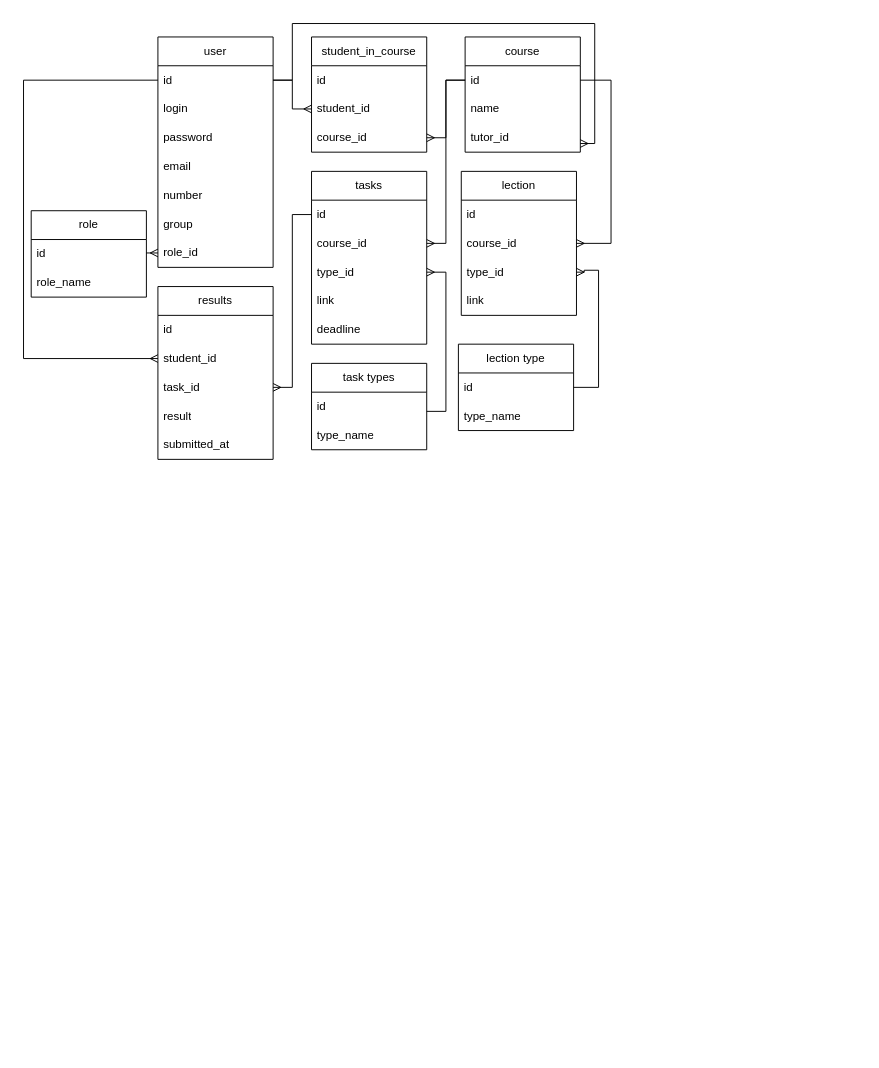
This is Untitled Diagram.drawio from Svengalion/Diploma-VKI, a draw.io file, before an edit. Source tidied: cells renumbered, new cells numbered last; positions are measured from the earlier drawing's top-left corner, leaving out a move shared by most shapes. Both pictures are drawn from the tidied source at 96%, with x=0, y=0 at pixel (23, 23).
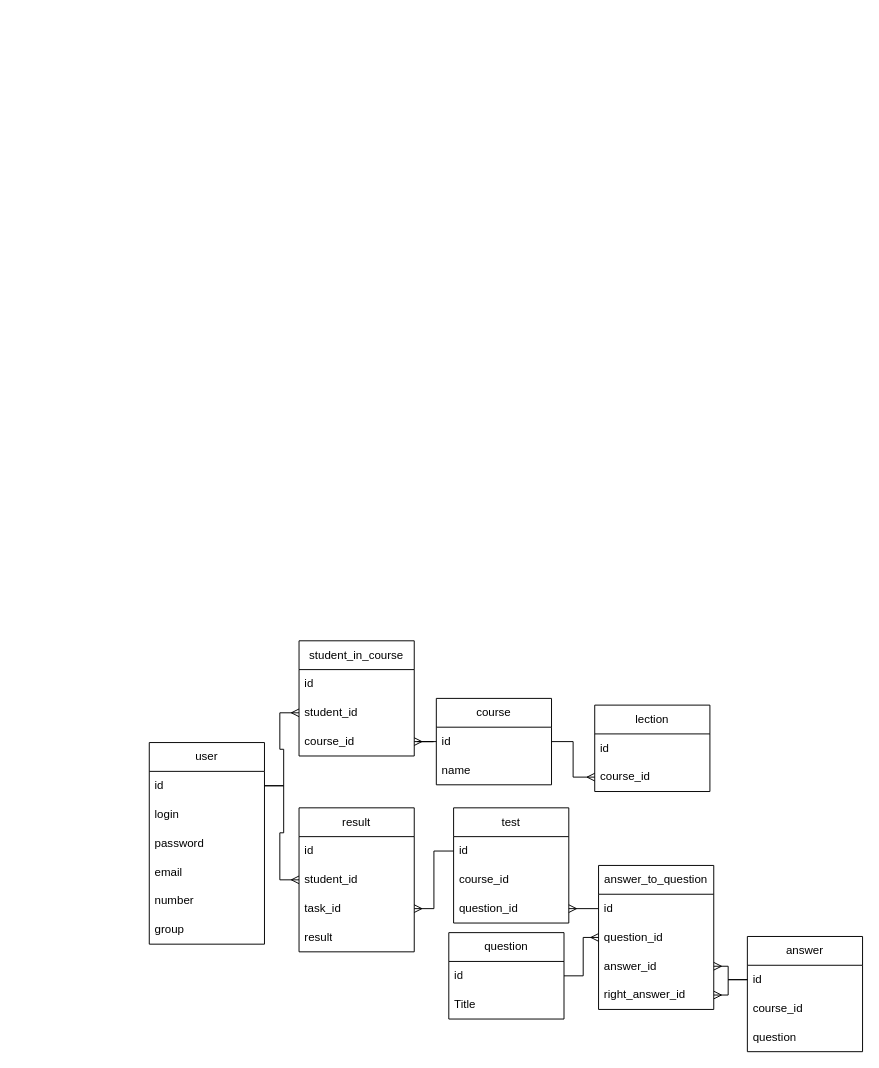
The same diagram, later.

The change refers to these unchanged cells:
```xml
<mxCell id="3" value="id" style="text;strokeColor=none;fillColor=none;align=left;verticalAlign=middle;spacingLeft=4;spacingRight=4;overflow=hidden;points=[[0,0.5],[1,0.5]];portConstraint=eastwest;whiteSpace=wrap;html=1;" parent="2" vertex="1">
  <mxGeometry y="30" width="120" height="30" as="geometry" />
</mxCell>
<mxCell id="12" value="course_id" style="text;strokeColor=none;fillColor=none;align=left;verticalAlign=middle;spacingLeft=4;spacingRight=4;overflow=hidden;points=[[0,0.5],[1,0.5]];portConstraint=eastwest;whiteSpace=wrap;html=1;" parent="10" vertex="1">
  <mxGeometry y="60" width="120" height="30" as="geometry" />
</mxCell>
<mxCell id="20" value="id" style="text;strokeColor=none;fillColor=none;align=left;verticalAlign=middle;spacingLeft=4;spacingRight=4;overflow=hidden;points=[[0,0.5],[1,0.5]];portConstraint=eastwest;whiteSpace=wrap;html=1;" parent="19" vertex="1">
  <mxGeometry y="30" width="120" height="30" as="geometry" />
</mxCell>
<mxCell id="31" value="id" style="text;strokeColor=none;fillColor=none;align=left;verticalAlign=middle;spacingLeft=4;spacingRight=4;overflow=hidden;points=[[0,0.5],[1,0.5]];portConstraint=eastwest;whiteSpace=wrap;html=1;" parent="30" vertex="1">
  <mxGeometry y="30" width="120" height="30" as="geometry" />
</mxCell>
<mxCell id="32" value="course_id" style="text;strokeColor=none;fillColor=none;align=left;verticalAlign=middle;spacingLeft=4;spacingRight=4;overflow=hidden;points=[[0,0.5],[1,0.5]];portConstraint=eastwest;whiteSpace=wrap;html=1;" parent="30" vertex="1">
  <mxGeometry y="60" width="120" height="30" as="geometry" />
</mxCell>
<mxCell id="41" value="student_id" style="text;strokeColor=none;fillColor=none;align=left;verticalAlign=middle;spacingLeft=4;spacingRight=4;overflow=hidden;points=[[0,0.5],[1,0.5]];portConstraint=eastwest;whiteSpace=wrap;html=1;" parent="39" vertex="1">
  <mxGeometry y="60" width="120" height="30" as="geometry" />
</mxCell>
<mxCell id="42" value="task_id" style="text;strokeColor=none;fillColor=none;align=left;verticalAlign=middle;spacingLeft=4;spacingRight=4;overflow=hidden;points=[[0,0.5],[1,0.5]];portConstraint=eastwest;whiteSpace=wrap;html=1;" parent="39" vertex="1">
  <mxGeometry y="90" width="120" height="30" as="geometry" />
</mxCell>
```

What changed in the source:
```diff
@@
     <mxCell id="2" value="user" style="swimlane;fontStyle=0;horizontal=1;startSize=30;whiteSpace=wrap;html=1;" parent="1" vertex="1">
-      <mxGeometry x="140" y="14" width="120" height="240" as="geometry" />
+      <mxGeometry x="131" y="749" width="120" height="210" as="geometry" />
     </mxCell>
@@
-    <mxCell id="9" value="role_id" style="text;strokeColor=none;fillColor=none;align=left;verticalAlign=middle;spacingLeft=4;spacingRight=4;overflow=hidden;points=[[0,0.5],[1,0.5]];portConstraint=eastwest;whiteSpace=wrap;html=1;" parent="2" vertex="1">
-      <mxGeometry y="210" width="120" height="30" as="geometry" />
-    </mxCell>
     <mxCell id="10" value="lection" style="swimlane;fontStyle=0;horizontal=1;startSize=30;whiteSpace=wrap;html=1;" parent="1" vertex="1">
-      <mxGeometry x="456" y="154" width="120" height="150" as="geometry" />
+      <mxGeometry x="595" y="710" width="120" height="90" as="geometry" />
     </mxCell>
@@
-    <mxCell id="13" value="type_id" style="text;strokeColor=none;fillColor=none;align=left;verticalAlign=middle;spacingLeft=4;spacingRight=4;overflow=hidden;points=[[0,0.5],[1,0.5]];portConstraint=eastwest;whiteSpace=wrap;html=1;" parent="10" vertex="1">
-      <mxGeometry y="90" width="120" height="30" as="geometry" />
-    </mxCell>
-    <mxCell id="14" value="link" style="text;strokeColor=none;fillColor=none;align=left;verticalAlign=middle;spacingLeft=4;spacingRight=4;overflow=hidden;whiteSpace=wrap;html=1;" parent="10" vertex="1">
-      <mxGeometry y="120" width="120" height="30" as="geometry" />
-    </mxCell>
-    <mxCell id="15" value="lection type" style="swimlane;fontStyle=0;horizontal=1;startSize=30;whiteSpace=wrap;html=1;" parent="1" vertex="1">
-      <mxGeometry x="453" y="334" width="120" height="90" as="geometry" />
-    </mxCell>
-    <mxCell id="16" value="id" style="text;strokeColor=none;fillColor=none;align=left;verticalAlign=middle;spacingLeft=4;spacingRight=4;overflow=hidden;points=[[0,0.5],[1,0.5]];portConstraint=eastwest;whiteSpace=wrap;html=1;" parent="15" vertex="1">
-      <mxGeometry y="30" width="120" height="30" as="geometry" />
-    </mxCell>
-    <mxCell id="17" value="type_name" style="text;strokeColor=none;fillColor=none;align=left;verticalAlign=middle;spacingLeft=4;spacingRight=4;overflow=hidden;whiteSpace=wrap;html=1;" parent="15" vertex="1">
-      <mxGeometry y="60" width="120" height="30" as="geometry" />
-    </mxCell>
-    <mxCell id="18" style="edgeStyle=orthogonalEdgeStyle;rounded=0;jettySize=auto;html=1;endArrow=ERmany;endFill=0;" parent="1" edge="1" source="16" target="13">
-      <mxGeometry relative="1" as="geometry">
-        <Array as="points">
-          <mxPoint x="599" y="379" />
-          <mxPoint x="599" y="257" />
-          <mxPoint x="584" y="257" />
-          <mxPoint x="584" y="259" />
-        </Array>
-      </mxGeometry>
-    </mxCell>
     <mxCell id="19" value="course" style="swimlane;fontStyle=0;horizontal=1;startSize=30;whiteSpace=wrap;html=1;" parent="1" vertex="1">
-      <mxGeometry x="460" y="14" width="120" height="120" as="geometry" />
+      <mxGeometry x="430" y="703" width="120" height="90" as="geometry" />
     </mxCell>
@@
-    <mxCell id="22" value="tutor_id" style="text;strokeColor=none;fillColor=none;align=left;verticalAlign=middle;spacingLeft=4;spacingRight=4;overflow=hidden;points=[[0,0.5],[1,0.5]];portConstraint=eastwest;whiteSpace=wrap;html=1;" parent="19" vertex="1">
-      <mxGeometry y="90" width="120" height="30" as="geometry" />
-    </mxCell>
-    <mxCell id="23" style="edgeStyle=orthogonalEdgeStyle;rounded=0;jettySize=auto;html=1;exitX=1;exitY=0.5;exitDx=0;exitDy=0;endArrow=ERmany;endFill=0;" parent="1" edge="1" source="20" target="12">
-      <mxGeometry relative="1" as="geometry">
-        <Array as="points">
-          <mxPoint x="612" y="59" />
-          <mxPoint x="612" y="229" />
-        </Array>
-      </mxGeometry>
-    </mxCell>
     <mxCell id="24" value="student_in_course" style="swimlane;fontStyle=0;horizontal=1;startSize=30;whiteSpace=wrap;html=1;" parent="1" vertex="1">
-      <mxGeometry x="300" y="14" width="120" height="120" as="geometry" />
+      <mxGeometry x="287" y="643" width="120" height="120" as="geometry" />
     </mxCell>
@@
-    <mxCell id="30" value="tasks" style="swimlane;fontStyle=0;horizontal=1;startSize=30;whiteSpace=wrap;html=1;" parent="1" vertex="1">
-      <mxGeometry x="300" y="154" width="120" height="180" as="geometry" />
+    <mxCell id="30" value="test" style="swimlane;fontStyle=0;horizontal=1;startSize=30;whiteSpace=wrap;html=1;" parent="1" vertex="1">
+      <mxGeometry x="448" y="817" width="120" height="120" as="geometry" />
     </mxCell>
@@
-    <mxCell id="33" value="type_id" style="text;strokeColor=none;fillColor=none;align=left;verticalAlign=middle;spacingLeft=4;spacingRight=4;overflow=hidden;points=[[0,0.5],[1,0.5]];portConstraint=eastwest;whiteSpace=wrap;html=1;" parent="30" vertex="1">
-      <mxGeometry y="90" width="120" height="30" as="geometry" />
-    </mxCell>
-    <mxCell id="34" value="link" style="text;strokeColor=none;fillColor=none;align=left;verticalAlign=middle;spacingLeft=4;spacingRight=4;overflow=hidden;whiteSpace=wrap;html=1;" parent="30" vertex="1">
-      <mxGeometry y="120" width="120" height="30" as="geometry" />
-    </mxCell>
-    <mxCell id="35" value="deadline" style="text;strokeColor=none;fillColor=none;align=left;verticalAlign=middle;spacingLeft=4;spacingRight=4;overflow=hidden;whiteSpace=wrap;html=1;" parent="30" vertex="1">
-      <mxGeometry y="150" width="120" height="30" as="geometry" />
-    </mxCell>
-    <mxCell id="36" value="task types" style="swimlane;fontStyle=0;horizontal=1;startSize=30;whiteSpace=wrap;html=1;" parent="1" vertex="1">
-      <mxGeometry x="300" y="354" width="120" height="90" as="geometry" />
-    </mxCell>
-    <mxCell id="37" value="id" style="text;strokeColor=none;fillColor=none;align=left;verticalAlign=middle;spacingLeft=4;spacingRight=4;overflow=hidden;points=[[0,0.5],[1,0.5]];portConstraint=eastwest;whiteSpace=wrap;html=1;" parent="36" vertex="1">
-      <mxGeometry y="30" width="120" height="30" as="geometry" />
-    </mxCell>
-    <mxCell id="38" value="type_name" style="text;strokeColor=none;fillColor=none;align=left;verticalAlign=middle;spacingLeft=4;spacingRight=4;overflow=hidden;whiteSpace=wrap;html=1;" parent="36" vertex="1">
-      <mxGeometry y="60" width="120" height="30" as="geometry" />
-    </mxCell>
+    <mxCell id="54" value="question_id" style="text;strokeColor=none;fillColor=none;align=left;verticalAlign=middle;spacingLeft=4;spacingRight=4;overflow=hidden;points=[[0,0.5],[1,0.5]];portConstraint=eastwest;whiteSpace=wrap;html=1;" parent="30" vertex="1">
+      <mxGeometry y="90" width="120" height="30" as="geometry" />
+    </mxCell>
-    <mxCell id="39" value="results" style="swimlane;fontStyle=0;horizontal=1;startSize=30;whiteSpace=wrap;html=1;" parent="1" vertex="1">
-      <mxGeometry x="140" y="274" width="120" height="180" as="geometry" />
+    <mxCell id="39" value="result" style="swimlane;fontStyle=0;horizontal=1;startSize=30;whiteSpace=wrap;html=1;" parent="1" vertex="1">
+      <mxGeometry x="287" y="817" width="120" height="150" as="geometry" />
     </mxCell>
@@
-    <mxCell id="44" value="submitted_at" style="text;strokeColor=none;fillColor=none;align=left;verticalAlign=middle;spacingLeft=4;spacingRight=4;overflow=hidden;whiteSpace=wrap;html=1;" parent="39" vertex="1">
-      <mxGeometry y="150" width="120" height="30" as="geometry" />
-    </mxCell>
+    <mxCell id="48" style="edgeStyle=orthogonalEdgeStyle;rounded=0;jettySize=auto;html=1;endArrow=ERmany;endFill=0;" parent="1" edge="1" source="31" target="42">
+      <mxGeometry relative="1" as="geometry" />
+    </mxCell>
+    <mxCell id="55" style="edgeStyle=orthogonalEdgeStyle;rounded=0;jettySize=auto;html=1;endArrow=ERmany;endFill=0;" parent="1" edge="1" source="56" target="65">
+      <mxGeometry relative="1" as="geometry" />
+    </mxCell>
+    <mxCell id="56" value="question" style="swimlane;fontStyle=0;horizontal=1;startSize=30;whiteSpace=wrap;html=1;" parent="1" vertex="1">
+      <mxGeometry x="443" y="947" width="120" height="90" as="geometry" />
+    </mxCell>
+    <mxCell id="57" value="id" style="text;strokeColor=none;fillColor=none;align=left;verticalAlign=middle;spacingLeft=4;spacingRight=4;overflow=hidden;whiteSpace=wrap;html=1;" parent="56" vertex="1">
+      <mxGeometry y="30" width="120" height="30" as="geometry" />
+    </mxCell>
+    <mxCell id="58" value="Title" style="text;strokeColor=none;fillColor=none;align=left;verticalAlign=middle;spacingLeft=4;spacingRight=4;overflow=hidden;whiteSpace=wrap;html=1;" parent="56" vertex="1">
+      <mxGeometry y="60" width="120" height="30" as="geometry" />
+    </mxCell>
+    <mxCell id="59" value="answer" style="swimlane;fontStyle=0;horizontal=1;startSize=30;whiteSpace=wrap;html=1;" parent="1" vertex="1">
+      <mxGeometry x="754" y="951" width="120" height="120" as="geometry" />
+    </mxCell>
+    <mxCell id="60" value="id" style="text;strokeColor=none;fillColor=none;align=left;verticalAlign=middle;spacingLeft=4;spacingRight=4;overflow=hidden;points=[[0,0.5],[1,0.5]];portConstraint=eastwest;whiteSpace=wrap;html=1;" parent="59" vertex="1">
+      <mxGeometry y="30" width="120" height="30" as="geometry" />
+    </mxCell>
+    <mxCell id="61" value="course_id" style="text;strokeColor=none;fillColor=none;align=left;verticalAlign=middle;spacingLeft=4;spacingRight=4;overflow=hidden;whiteSpace=wrap;html=1;" parent="59" vertex="1">
+      <mxGeometry y="60" width="120" height="30" as="geometry" />
+    </mxCell>
+    <mxCell id="62" value="question" style="text;strokeColor=none;fillColor=none;align=left;verticalAlign=middle;spacingLeft=4;spacingRight=4;overflow=hidden;whiteSpace=wrap;html=1;" parent="59" vertex="1">
+      <mxGeometry y="90" width="120" height="30" as="geometry" />
+    </mxCell>
+    <mxCell id="63" value="answer_to_question" style="swimlane;fontStyle=0;horizontal=1;startSize=30;whiteSpace=wrap;html=1;" parent="1" vertex="1">
+      <mxGeometry x="599" y="877" width="120" height="150" as="geometry" />
+    </mxCell>
+    <mxCell id="64" value="id" style="text;strokeColor=none;fillColor=none;align=left;verticalAlign=middle;spacingLeft=4;spacingRight=4;overflow=hidden;points=[[0,0.5],[1,0.5]];portConstraint=eastwest;whiteSpace=wrap;html=1;" parent="63" vertex="1">
+      <mxGeometry y="30" width="120" height="30" as="geometry" />
+    </mxCell>
+    <mxCell id="65" value="question_id" style="text;strokeColor=none;fillColor=none;align=left;verticalAlign=middle;spacingLeft=4;spacingRight=4;overflow=hidden;points=[[0,0.5],[1,0.5]];portConstraint=eastwest;whiteSpace=wrap;html=1;" parent="63" vertex="1">
+      <mxGeometry y="60" width="120" height="30" as="geometry" />
+    </mxCell>
+    <mxCell id="66" value="answer_id" style="text;strokeColor=none;fillColor=none;align=left;verticalAlign=middle;spacingLeft=4;spacingRight=4;overflow=hidden;points=[[0,0.5],[1,0.5]];portConstraint=eastwest;whiteSpace=wrap;html=1;" parent="63" vertex="1">
+      <mxGeometry y="90" width="120" height="30" as="geometry" />
+    </mxCell>
+    <mxCell id="67" value="right_answer_id" style="text;strokeColor=none;fillColor=none;align=left;verticalAlign=middle;spacingLeft=4;spacingRight=4;overflow=hidden;points=[[0,0.5],[1,0.5]];portConstraint=eastwest;whiteSpace=wrap;html=1;" parent="63" vertex="1">
+      <mxGeometry y="120" width="120" height="30" as="geometry" />
+    </mxCell>
+    <mxCell id="68" style="edgeStyle=orthogonalEdgeStyle;rounded=0;jettySize=auto;html=1;endArrow=ERmany;endFill=0;" parent="1" edge="1" source="60" target="66">
+      <mxGeometry relative="1" as="geometry" />
+    </mxCell>
+    <mxCell id="69" style="edgeStyle=orthogonalEdgeStyle;rounded=0;jettySize=auto;html=1;exitX=0;exitY=0.5;exitDx=0;exitDy=0;entryX=1;entryY=0.5;entryDx=0;entryDy=0;endArrow=ERmany;endFill=0;" parent="1" edge="1" source="64" target="54">
+      <mxGeometry relative="1" as="geometry" />
+    </mxCell>
+    <mxCell id="70" style="edgeStyle=orthogonalEdgeStyle;rounded=0;jettySize=auto;html=1;exitX=0;exitY=0.5;exitDx=0;exitDy=0;endArrow=ERmany;endFill=0;" parent="1" edge="1" source="60" target="67">
+      <mxGeometry relative="1" as="geometry" />
+    </mxCell>
-    <mxCell id="45" style="edgeStyle=orthogonalEdgeStyle;rounded=0;jettySize=auto;html=1;endArrow=ERmany;endFill=0;" parent="1" edge="1" source="3" target="41">
-      <mxGeometry relative="1" as="geometry">
-        <Array as="points">
-          <mxPoint y="59" />
-          <mxPoint y="349" />
-        </Array>
-      </mxGeometry>
+    <mxCell id="45" style="edgeStyle=orthogonalEdgeStyle;rounded=0;jettySize=auto;html=1;exitX=1;exitY=0.5;exitDx=0;exitDy=0;entryX=0;entryY=0.5;entryDx=0;entryDy=0;endArrow=ERmany;endFill=0;" parent="1" edge="1" source="3" target="41">
+      <mxGeometry relative="1" as="geometry" />
     </mxCell>
-    <mxCell id="46" style="edgeStyle=orthogonalEdgeStyle;rounded=0;jettySize=auto;html=1;endArrow=ERmany;endFill=0;" parent="1" edge="1" source="20" target="32">
-      <mxGeometry relative="1" as="geometry" />
-    </mxCell>
-    <mxCell id="47" style="edgeStyle=orthogonalEdgeStyle;rounded=0;jettySize=auto;html=1;endArrow=ERmany;endFill=0;" parent="1" edge="1" source="37" target="33">
-      <mxGeometry relative="1" as="geometry">
-        <Array as="points">
-          <mxPoint x="440" y="404" />
-          <mxPoint x="440" y="259" />
-        </Array>
-      </mxGeometry>
-    </mxCell>
-    <mxCell id="48" style="edgeStyle=orthogonalEdgeStyle;rounded=0;jettySize=auto;html=1;endArrow=ERmany;endFill=0;" parent="1" edge="1" source="31" target="42">
-      <mxGeometry relative="1" as="geometry" />
-    </mxCell>
-    <mxCell id="49" style="edgeStyle=orthogonalEdgeStyle;rounded=0;jettySize=auto;html=1;endArrow=ERmany;endFill=0;" parent="1" edge="1" source="3" target="22">
-      <mxGeometry relative="1" as="geometry">
-        <Array as="points">
-          <mxPoint x="280" y="59" />
-          <mxPoint x="280" />
-          <mxPoint x="595" />
-          <mxPoint x="595" y="125" />
-        </Array>
-      </mxGeometry>
-    </mxCell>
-    <mxCell id="50" value="role" style="swimlane;fontStyle=0;horizontal=1;startSize=30;whiteSpace=wrap;html=1;" parent="1" vertex="1">
-      <mxGeometry x="8" y="195" width="120" height="90" as="geometry" />
-    </mxCell>
-    <mxCell id="51" value="id" style="text;strokeColor=none;fillColor=none;align=left;verticalAlign=middle;spacingLeft=4;spacingRight=4;overflow=hidden;points=[[0,0.5],[1,0.5]];portConstraint=eastwest;whiteSpace=wrap;html=1;" parent="50" vertex="1">
-      <mxGeometry y="30" width="120" height="30" as="geometry" />
-    </mxCell>
-    <mxCell id="52" value="role_name" style="text;strokeColor=none;fillColor=none;align=left;verticalAlign=middle;spacingLeft=4;spacingRight=4;overflow=hidden;whiteSpace=wrap;html=1;" parent="50" vertex="1">
-      <mxGeometry y="60" width="120" height="30" as="geometry" />
-    </mxCell>
-    <mxCell id="53" style="edgeStyle=orthogonalEdgeStyle;rounded=0;jettySize=auto;html=1;endArrow=ERmany;endFill=0;entryX=0;entryY=0.5;entryDx=0;entryDy=0;" parent="1" edge="1" source="51" target="9">
-      <mxGeometry relative="1" as="geometry">
-        <Array as="points">
-          <mxPoint x="106" y="239" />
-          <mxPoint x="106" y="239" />
-        </Array>
-      </mxGeometry>
-    </mxCell>
+    <mxCell id="23" style="edgeStyle=orthogonalEdgeStyle;rounded=0;jettySize=auto;html=1;entryX=0;entryY=0.5;entryDx=0;entryDy=0;endArrow=ERmany;endFill=0;" parent="1" edge="1" source="20" target="12">
+      <mxGeometry relative="1" as="geometry" />
+    </mxCell>
```
